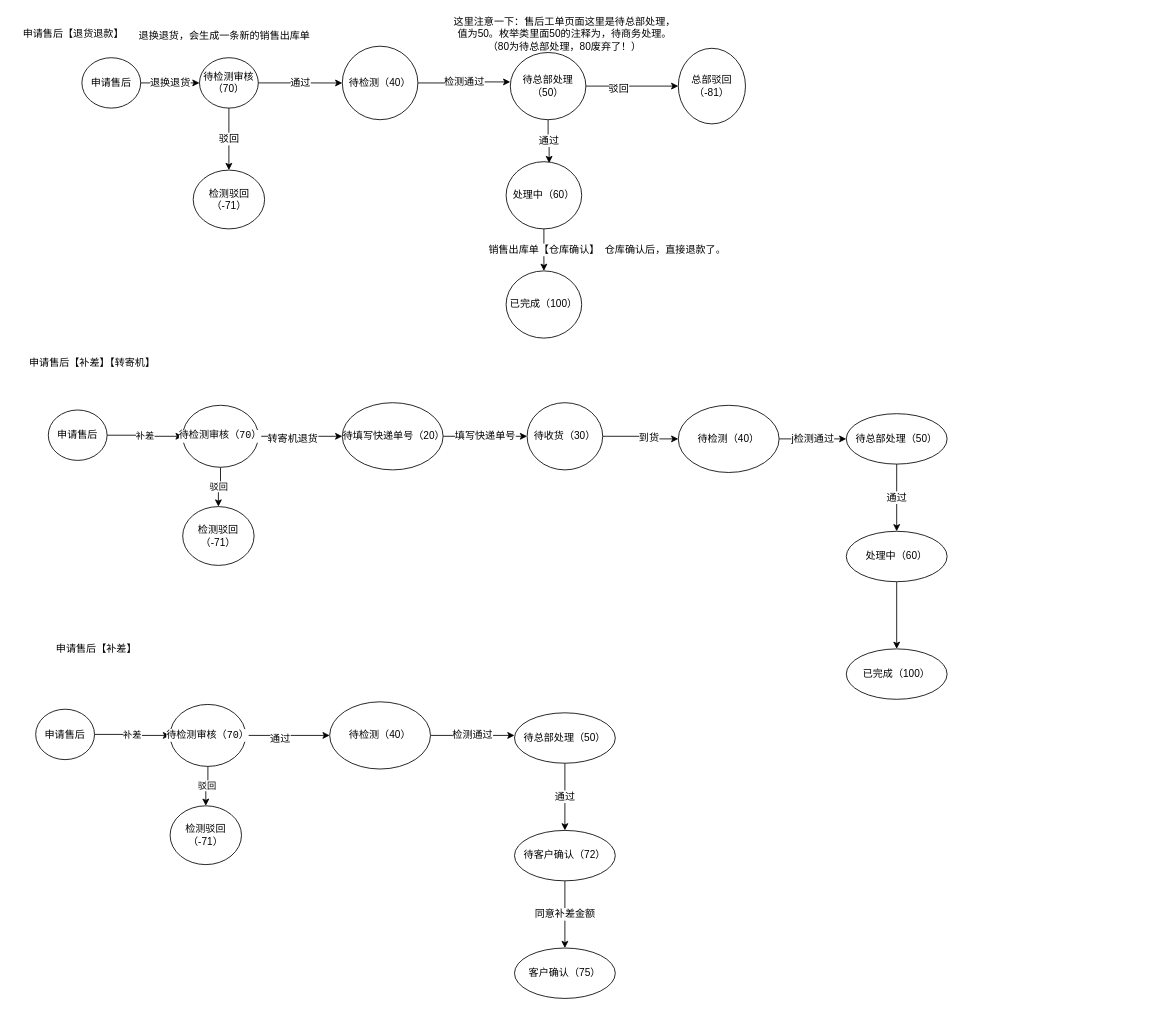
This is 售后状态.drawio from maodunUi/myDraw, a draw.io file, before an edit. Source tidied: cells renumbered, new cells numbered last; positions are measured from the earlier drawing's top-left corner, leaving out a move shared by most shapes. Both pictures are drawn from the tidied source at 84%, with x=0, y=0 at pixel (14, 14).
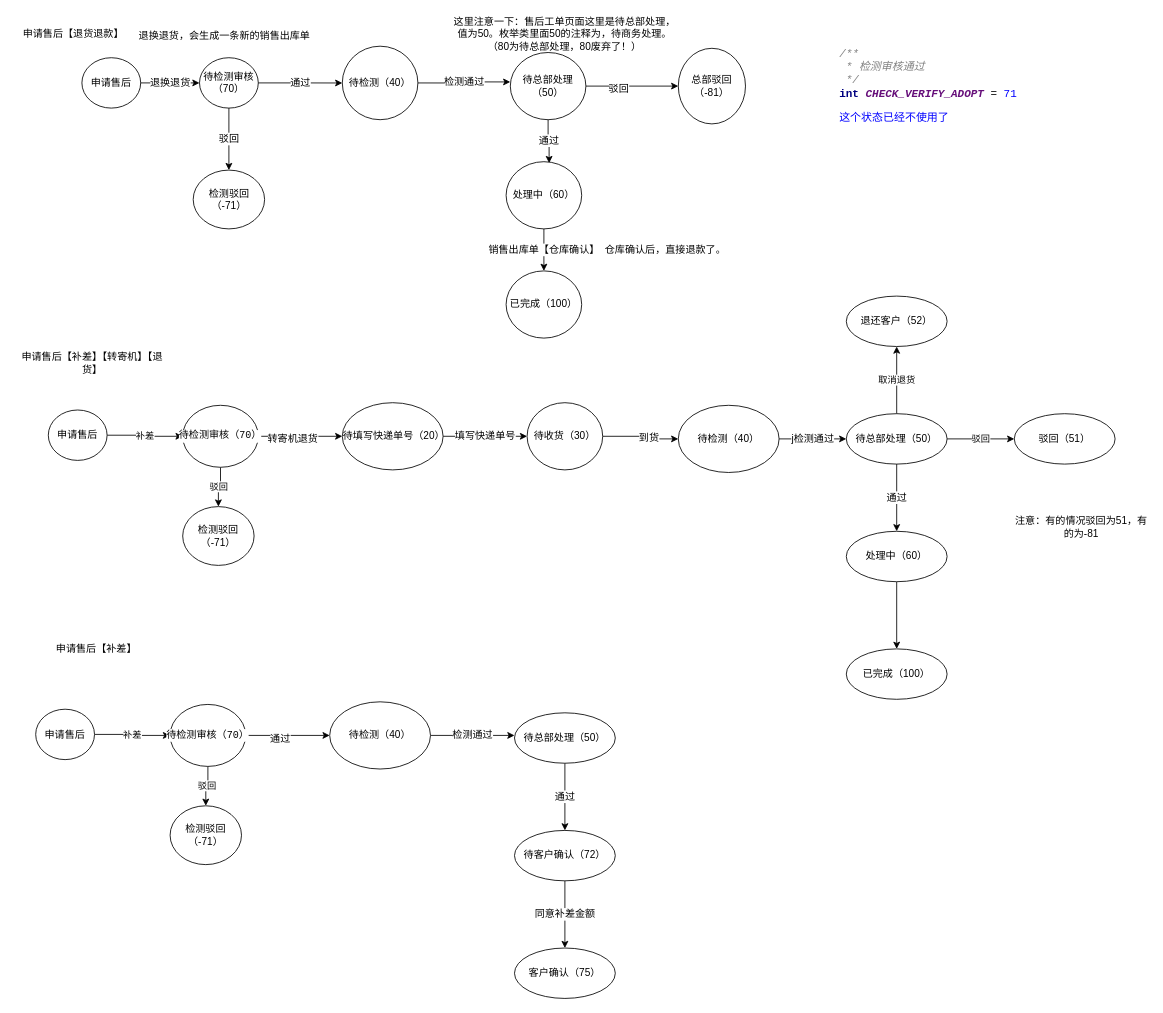
The same diagram, later.

Unchanged cells that the change refers to:
```xml
<mxCell id="36" value="&lt;span&gt;待总部处理（50）&lt;/span&gt;" style="ellipse;whiteSpace=wrap;html=1;fontColor=#000000;" parent="1" vertex="1">
  <mxGeometry x="990" y="475" width="120" height="60" as="geometry" />
</mxCell>
```

The edit, as a diff of the source:
```diff
@@
-    <mxCell id="19" value="申请售后【补差】【转寄机】" style="text;html=1;strokeColor=none;fillColor=none;align=center;verticalAlign=middle;whiteSpace=wrap;rounded=0;fontSize=12;fontColor=#000000;" parent="1" vertex="1">
+    <mxCell id="19" value="申请售后【补差】【转寄机】【退货】" style="text;html=1;strokeColor=none;fillColor=none;align=center;verticalAlign=middle;whiteSpace=wrap;rounded=0;fontSize=12;fontColor=#000000;" parent="1" vertex="1">
       <mxGeometry x="5" y="405" width="175" height="20" as="geometry" />
     </mxCell>
@@
+    <mxCell id="57" value="取消退货" style="edgeStyle=orthogonalEdgeStyle;rounded=0;jettySize=auto;html=1;" parent="1" edge="1" source="36" target="59">
+      <mxGeometry relative="1" as="geometry" />
+    </mxCell>
+    <mxCell id="58" value="驳回" style="edgeStyle=orthogonalEdgeStyle;rounded=0;jettySize=auto;html=1;" parent="1" edge="1" source="36" target="61">
+      <mxGeometry relative="1" as="geometry" />
+    </mxCell>
@@
+    <mxCell id="59" value="退还客户（52）" style="ellipse;whiteSpace=wrap;html=1;fontColor=#000000;" parent="1" vertex="1">
+      <mxGeometry x="990" y="335" width="120" height="60" as="geometry" />
+    </mxCell>
+    <mxCell id="60" value="&lt;pre style=&quot;background-color: #ffffff ; color: #000000 ; font-family: &amp;#34;jetbrains mono&amp;#34; , monospace ; font-size: 9.8pt&quot;&gt;&lt;span style=&quot;color: #808080 ; font-style: italic&quot;&gt;/**&lt;br&gt;&lt;/span&gt;&lt;span style=&quot;color: #808080 ; font-style: italic&quot;&gt; * &lt;/span&gt;&lt;span style=&quot;color: #808080 ; font-style: italic ; font-family: &amp;#34;宋体&amp;#34; , monospace&quot;&gt;检测审核通过&lt;br&gt;&lt;/span&gt;&lt;span style=&quot;color: #808080 ; font-style: italic ; font-family: &amp;#34;宋体&amp;#34; , monospace&quot;&gt; &lt;/span&gt;&lt;span style=&quot;color: #808080 ; font-style: italic&quot;&gt;*/&lt;br&gt;&lt;/span&gt;&lt;span style=&quot;color: #000080 ; font-weight: bold&quot;&gt;int &lt;/span&gt;&lt;span style=&quot;color: #660e7a ; font-weight: bold ; font-style: italic&quot;&gt;CHECK_VERIFY_ADOPT &lt;/span&gt;= &lt;span style=&quot;color: #0000ff&quot;&gt;71&lt;/span&gt;&lt;/pre&gt;&lt;pre style=&quot;background-color: #ffffff ; color: #000000 ; font-family: &amp;#34;jetbrains mono&amp;#34; , monospace ; font-size: 9.8pt&quot;&gt;&lt;span style=&quot;color: #0000ff&quot;&gt;这个状态已经不使用了&lt;/span&gt;&lt;/pre&gt;" style="text;html=1;strokeColor=none;fillColor=none;align=left;verticalAlign=middle;whiteSpace=wrap;rounded=0;" parent="1" vertex="1">
+      <mxGeometry x="980" y="15" width="330" height="140" as="geometry" />
+    </mxCell>
+    <mxCell id="61" value="驳回（51）" style="ellipse;whiteSpace=wrap;html=1;fontColor=#000000;" parent="1" vertex="1">
+      <mxGeometry x="1190" y="475" width="120" height="60" as="geometry" />
+    </mxCell>
+    <mxCell id="62" value="注意：有的情况驳回为51，有的为-81" style="text;html=1;strokeColor=none;fillColor=none;align=center;verticalAlign=middle;whiteSpace=wrap;rounded=0;" parent="1" vertex="1">
+      <mxGeometry x="1190" y="585" width="160" height="50" as="geometry" />
+    </mxCell>
```
